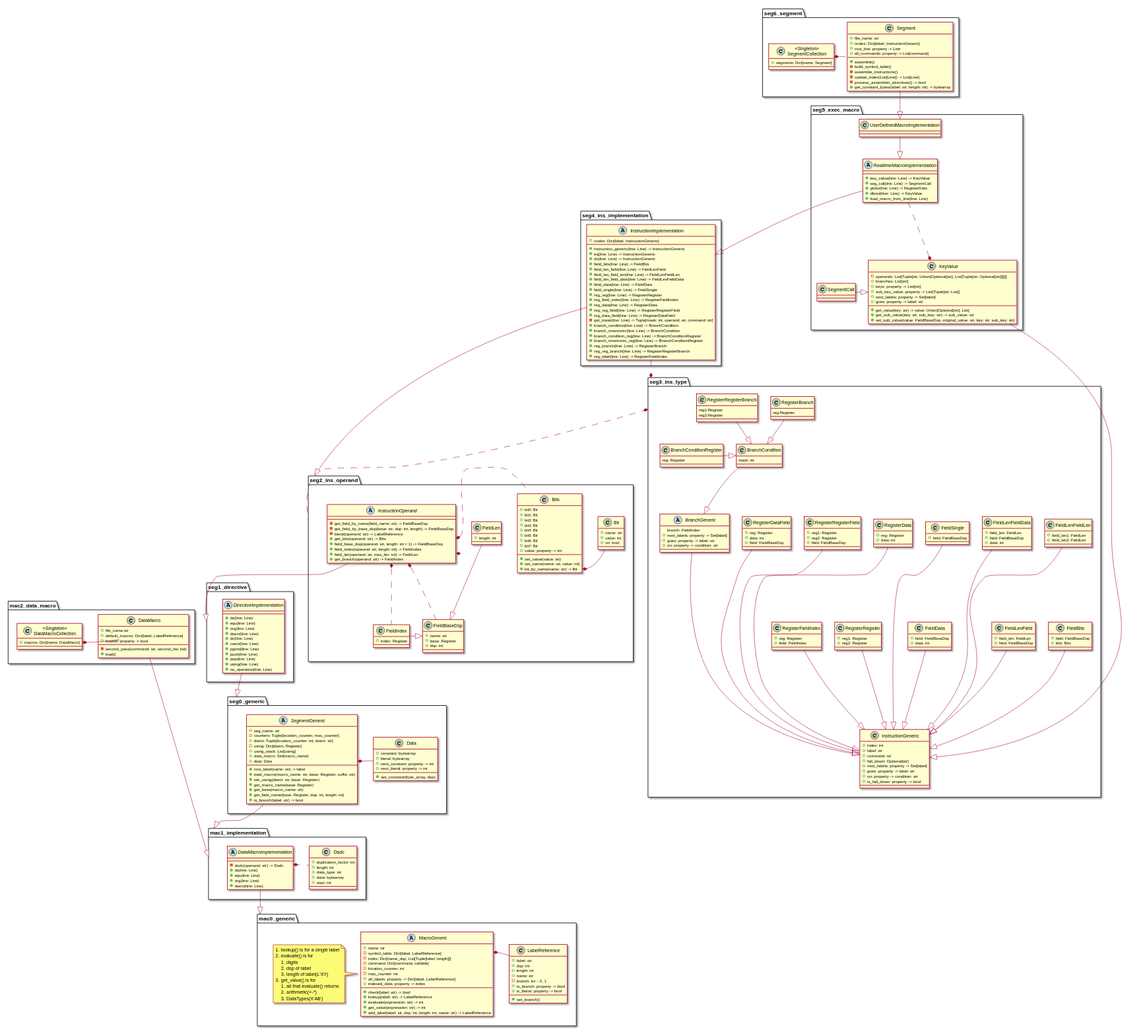
Above: documentation/New_Assembly_Design.svg in crazynayan/tpf1 (PlantUML), before the change.
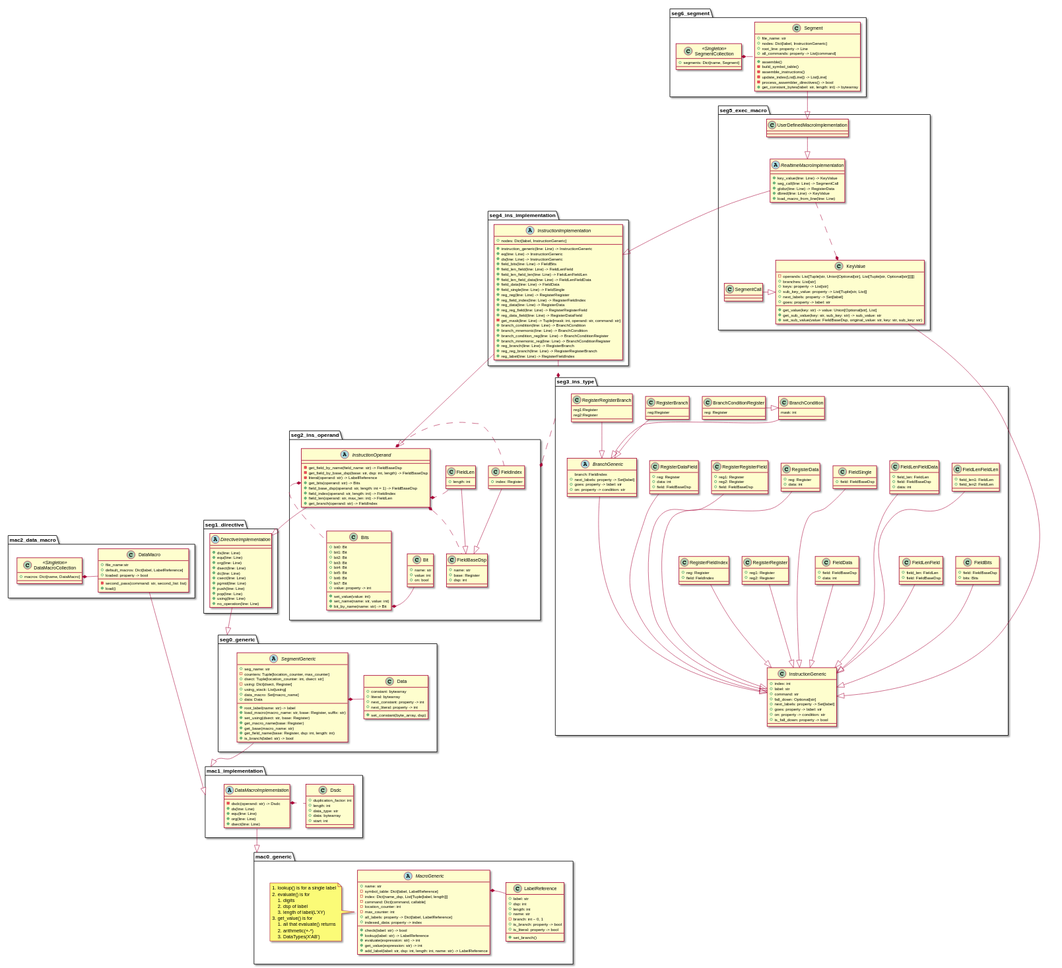
The same diagram one commit later.

What changed in the source:
```diff
@@ -163,11 +163,11 @@
     FieldIndex -|> FieldBaseDsp
     FieldLen --|> FieldBaseDsp
     Bits::Bit *- Bit
-    InstructionOperand --|> seg1_directive
+    InstructionOperand --|> DirectiveImplementation
     InstructionOperand::FieldBaseDsp *. FieldBaseDsp
     InstructionOperand::FieldIndex *. FieldIndex
     InstructionOperand::FieldLen *. FieldLen
-    InstructionOperand::Bits *. Bits
+    InstructionOperand::Bits *.. Bits
 }
 
 package seg3_ins_type {
@@ -260,10 +260,10 @@
     BranchGeneric ---|> InstructionGeneric
     BranchCondition --|> BranchGeneric
     BranchConditionRegister -|> BranchCondition
-    RegisterBranch --|> BranchCondition
-    RegisterRegisterBranch --|> BranchCondition
+    RegisterBranch --|> BranchGeneric
+    RegisterRegisterBranch --|> BranchGeneric
 }
-seg3_ins_type *... seg2_ins_operand
+seg3_ins_type ..* seg2_ins_operand
 
 package seg4_ins_implementation {
     abstract class InstructionImplementation {
@@ -291,7 +291,7 @@
         +reg_reg_branch(line: Line) -> RegisterRegisterBranch
         +reg_label(line: Line) -> RegisterFieldIndex
     }
-    InstructionImplementation ---|> seg2_ins_operand
+    InstructionImplementation --|> InstructionOperand
     InstructionImplementation ..* seg3_ins_type
 }
 
```
